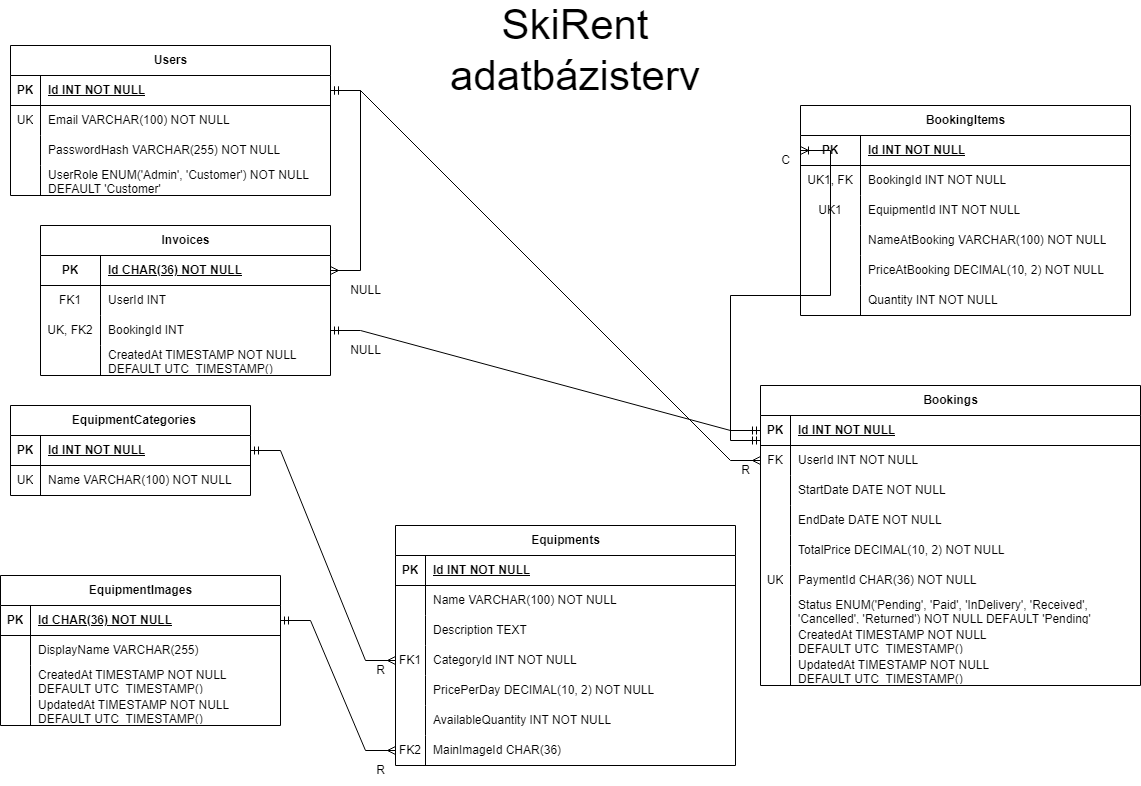
This is docs/Adatbázis/SkiRent adatbázis.drawio.png from mY9Yd2/SkiRent, a draw.io export, as it was before one commit. Source tidied: cells renumbered, new cells last; positions are measured from the earlier drawing's top-left corner, leaving out a move shared by most shapes.
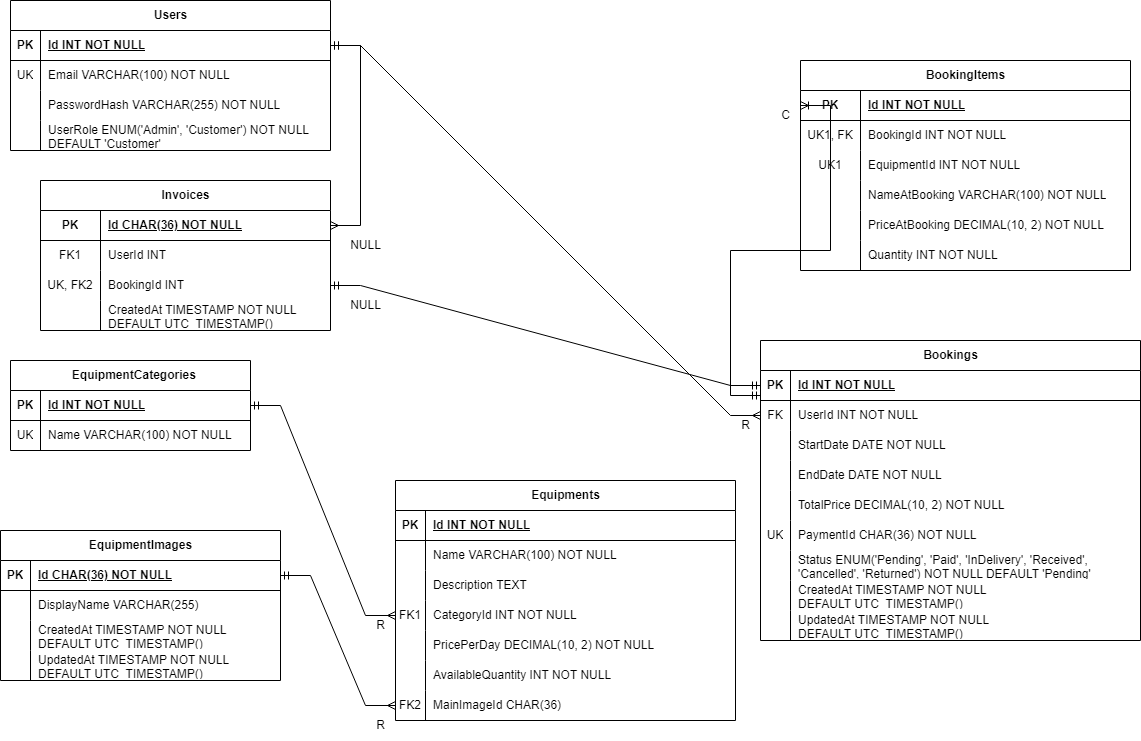
The same diagram one commit later.

Commit message:
alkalmazás képek és az adatbázis diagramból a szöveg eltávolítása

Change to the diagram source:
```diff
@@ -391,8 +391,5 @@
     <mxCell id="128" value="NULL" style="text;html=1;align=center;verticalAlign=middle;strokeColor=none;fillColor=none;" parent="1" vertex="1">
       <mxGeometry x="340" y="330" width="50" height="30" as="geometry" />
     </mxCell>
-    <mxCell id="129" value="&lt;font style=&quot;font-size: 42px;&quot;&gt;SkiRent adatbázisterv&lt;/font&gt;" style="text;html=1;align=center;verticalAlign=middle;whiteSpace=wrap;rounded=0;" parent="1" vertex="1">
-      <mxGeometry x="490" y="30" width="170" height="30" as="geometry" />
-    </mxCell>
   </root>
 </mxGraphModel>
```
